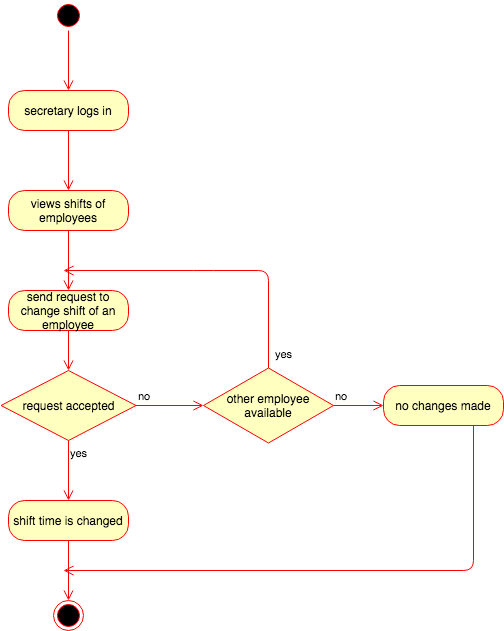
This is Diagrams/Activity Diagrams/Secretary/change shifts.png from kkasharaj17/SE-project, a draw.io export, as it was before one commit. Source tidied: cells renumbered, new cells last; positions are measured from the earlier drawing's top-left corner, leaving out a move shared by most shapes.
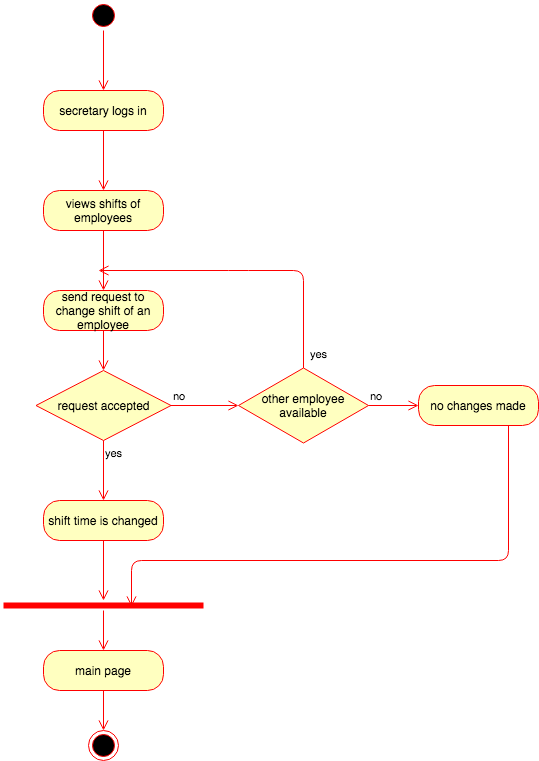
After the change.

Change to the diagram source:
```diff
@@ -54,7 +54,7 @@
       </mxGeometry>
     </mxCell>
     <mxCell id="15" style="ellipse;html=1;shape=endState;fillColor=#000000;strokeColor=#ff0000;" parent="1" vertex="1">
-      <mxGeometry x="52" y="600" width="30" height="30" as="geometry" />
+      <mxGeometry x="52" y="730" width="30" height="30" as="geometry" />
     </mxCell>
     <mxCell id="16" value="other employee available" style="rhombus;whiteSpace=wrap;html=1;fillColor=#ffffc0;strokeColor=#ff0000;" parent="1" vertex="1">
       <mxGeometry x="202" y="367.5" width="130" height="75" as="geometry" />
@@ -67,11 +67,11 @@
     <mxCell id="18" value="no changes made" style="rounded=1;whiteSpace=wrap;html=1;arcSize=40;fontColor=#000000;fillColor=#ffffc0;strokeColor=#ff0000;" parent="1" vertex="1">
       <mxGeometry x="382" y="385" width="120" height="40" as="geometry" />
     </mxCell>
-    <mxCell id="19" style="edgeStyle=orthogonalEdgeStyle;html=1;verticalAlign=bottom;endArrow=open;endSize=8;strokeColor=#ff0000;" parent="1" edge="1" source="18">
+    <mxCell id="19" style="edgeStyle=orthogonalEdgeStyle;html=1;verticalAlign=bottom;endArrow=open;endSize=8;strokeColor=#ff0000;entryX=0.64;entryY=0.6;entryDx=0;entryDy=0;entryPerimeter=0;" parent="1" edge="1" source="18" target="21">
       <mxGeometry relative="1" as="geometry">
-        <mxPoint x="62" y="570" as="targetPoint" />
         <Array as="points">
-          <mxPoint x="472" y="570" />
+          <mxPoint x="472" y="560" />
+          <mxPoint x="95" y="560" />
         </Array>
       </mxGeometry>
     </mxCell>
@@ -84,5 +84,27 @@
         </Array>
       </mxGeometry>
     </mxCell>
+    <mxCell id="21" style="shape=line;html=1;strokeWidth=6;strokeColor=#ff0000;" parent="1" vertex="1">
+      <mxGeometry x="-33" y="600" width="200" height="10" as="geometry" />
+    </mxCell>
+    <mxCell id="22" style="edgeStyle=orthogonalEdgeStyle;html=1;verticalAlign=bottom;endArrow=open;endSize=8;strokeColor=#ff0000;" parent="1" edge="1" source="24">
+      <mxGeometry relative="1" as="geometry">
+        <mxPoint x="67" y="660" as="targetPoint" />
+        <Array as="points">
+          <mxPoint x="67" y="650" />
+        </Array>
+      </mxGeometry>
+    </mxCell>
+    <mxCell id="23" style="edgeStyle=orthogonalEdgeStyle;html=1;verticalAlign=bottom;endArrow=open;endSize=8;strokeColor=#ff0000;" parent="1" edge="1" source="24">
+      <mxGeometry relative="1" as="geometry">
+        <mxPoint x="67" y="730" as="targetPoint" />
+      </mxGeometry>
+    </mxCell>
+    <mxCell id="24" value="main page" style="rounded=1;whiteSpace=wrap;html=1;arcSize=40;fontColor=#000000;fillColor=#ffffc0;strokeColor=#ff0000;" parent="1" vertex="1">
+      <mxGeometry x="7" y="650" width="120" height="40" as="geometry" />
+    </mxCell>
+    <mxCell id="25" style="edgeStyle=orthogonalEdgeStyle;html=1;verticalAlign=bottom;endArrow=open;endSize=8;strokeColor=#ff0000;" parent="1" edge="1" source="21" target="24">
+      <mxGeometry relative="1" as="geometry" />
+    </mxCell>
   </root>
 </mxGraphModel>
```
